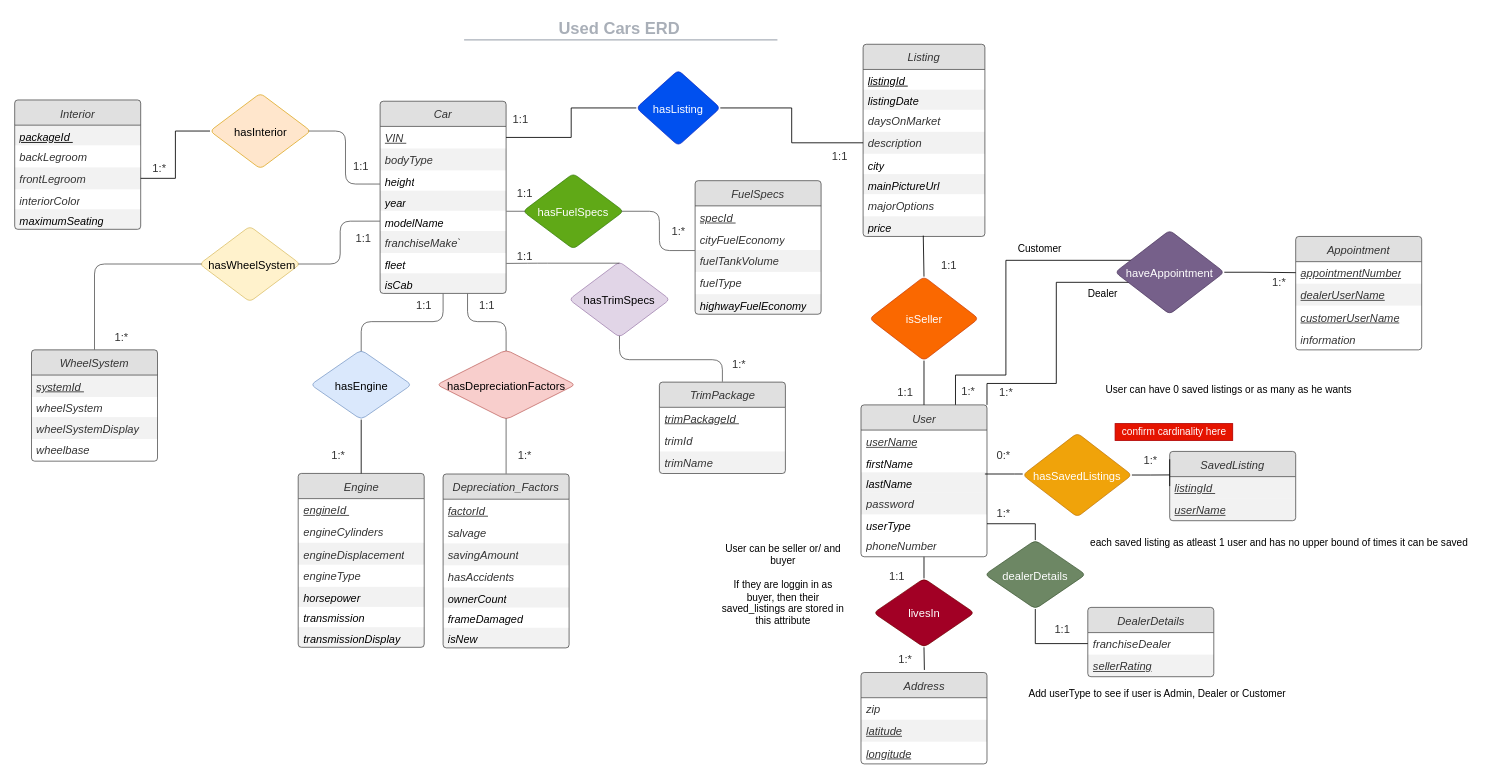
Earlier version of the draw.io diagram ERD/ERD1.drawio (abmfocus4/UsedCars-db). Source tidied: cells renumbered, new cells numbered last; positions are measured from the earlier drawing's top-left corner, leaving out a move shared by most shapes. Both pictures are drawn from the tidied source at 84%, with x=0, y=0 at pixel (14, 14).
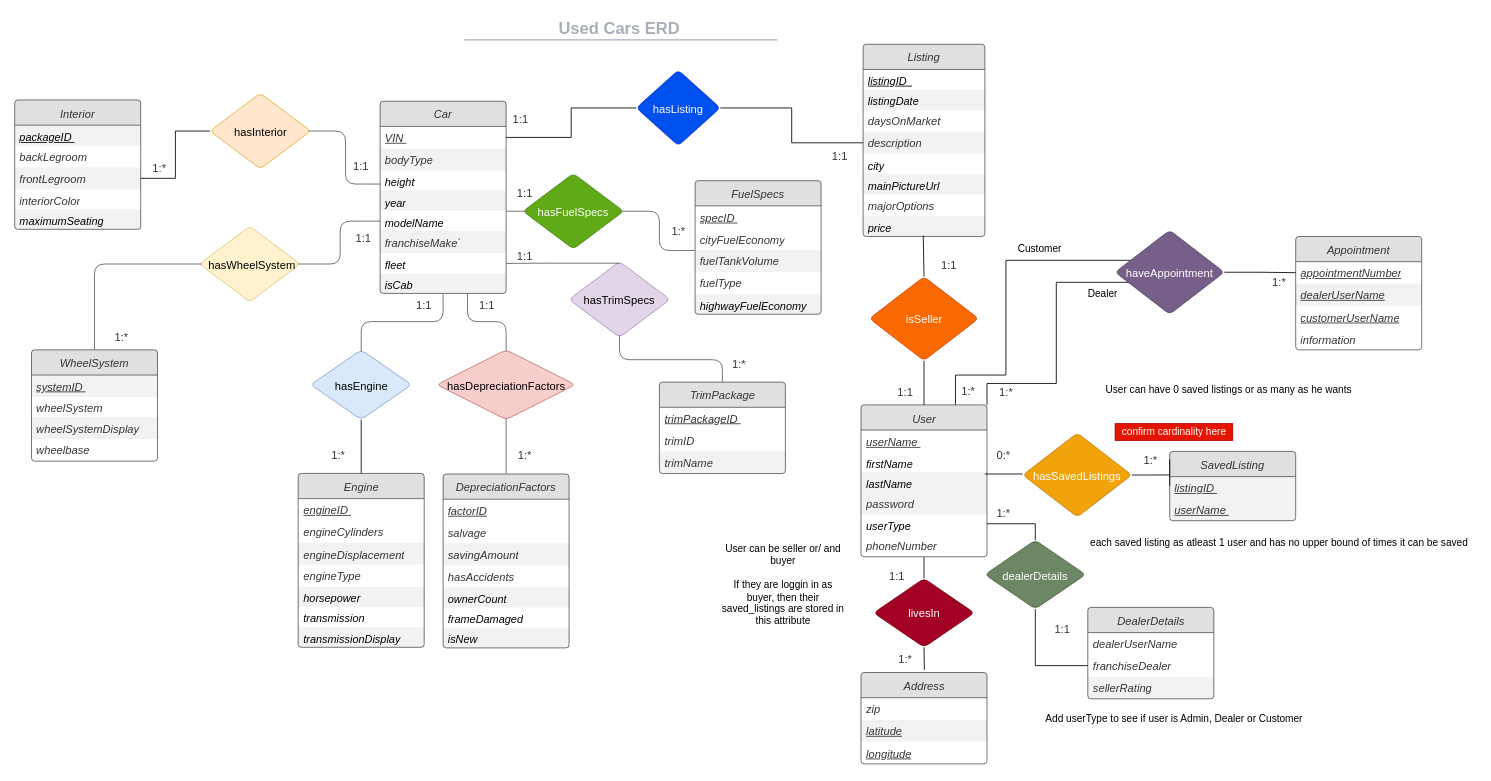
After the change.

The change refers to these unchanged cells:
```xml
<mxCell id="14" value="Car" style="html=1;overflow=block;blockSpacing=1;whiteSpace=wrap;swimlane;horizontal=1;fontStyle=0;swimlaneFillColor=#ffffff;startSize=30;whiteSpace=wrap;fontSize=13.3;fontColor=#333333;fontStyle=2;align=center;spacingLeft=8.4;spacingRight=8.4;spacingTop=2.4;whiteSpace=wrap;fontFamily=Helvetica;spacing=3.6;strokeColor=#333333;strokeOpacity=100;fillOpacity=100;rounded=1;absoluteArcSize=1;arcSize=7.5;fillColor=#ffffff;strokeWidth=0.8;fillColor=#e0e0e0;" parent="1" vertex="1">
  <mxGeometry x="435" y="103" width="150" height="228.8" as="geometry" />
</mxCell>
<mxCell id="23" value="Engine" style="html=1;overflow=block;blockSpacing=1;whiteSpace=wrap;swimlane;horizontal=1;fontStyle=0;swimlaneFillColor=#ffffff;startSize=30;whiteSpace=wrap;fontSize=13.3;fontColor=#333333;fontStyle=2;align=center;spacingLeft=8.4;spacingRight=8.4;spacingTop=2.4;whiteSpace=wrap;fontFamily=Helvetica;spacing=3.6;strokeColor=#333333;strokeOpacity=100;fillOpacity=100;rounded=1;absoluteArcSize=1;arcSize=7.5;fillColor=#ffffff;strokeWidth=0.8;fillColor=#e0e0e0;" parent="1" vertex="1">
  <mxGeometry x="337.5" y="546.1" width="150" height="207" as="geometry" />
</mxCell>
<mxCell id="31" value="WheelSystem" style="html=1;overflow=block;blockSpacing=1;whiteSpace=wrap;swimlane;horizontal=1;fontStyle=0;swimlaneFillColor=#ffffff;startSize=30;whiteSpace=wrap;fontSize=13.3;fontColor=#333333;fontStyle=2;align=center;spacingLeft=8.4;spacingRight=8.4;spacingTop=2.4;whiteSpace=wrap;fontFamily=Helvetica;spacing=3.6;strokeColor=#333333;strokeOpacity=100;fillOpacity=100;rounded=1;absoluteArcSize=1;arcSize=7.5;fillColor=#ffffff;strokeWidth=0.8;fillColor=#e0e0e0;" parent="1" vertex="1">
  <mxGeometry x="20" y="399" width="150" height="132.5" as="geometry" />
</mxCell>
<mxCell id="36" value="FuelSpecs" style="html=1;overflow=block;blockSpacing=1;whiteSpace=wrap;swimlane;horizontal=1;fontStyle=0;swimlaneFillColor=#ffffff;startSize=30;whiteSpace=wrap;fontSize=13.3;fontColor=#333333;fontStyle=2;align=center;spacingLeft=8.4;spacingRight=8.4;spacingTop=2.4;whiteSpace=wrap;fontFamily=Helvetica;spacing=3.6;strokeColor=#333333;strokeOpacity=100;fillOpacity=100;rounded=1;absoluteArcSize=1;arcSize=7.5;fillColor=#ffffff;strokeWidth=0.8;fillColor=#e0e0e0;" parent="1" vertex="1">
  <mxGeometry x="810" y="197.6" width="150" height="159" as="geometry" />
</mxCell>
<mxCell id="42" value="Interior" style="html=1;overflow=block;blockSpacing=1;whiteSpace=wrap;swimlane;horizontal=1;fontStyle=0;swimlaneFillColor=#ffffff;startSize=30;whiteSpace=wrap;fontSize=13.3;fontColor=#333333;fontStyle=2;align=center;spacingLeft=8.4;spacingRight=8.4;spacingTop=2.4;whiteSpace=wrap;fontFamily=Helvetica;spacing=3.6;strokeColor=#333333;strokeOpacity=100;fillOpacity=100;rounded=1;absoluteArcSize=1;arcSize=7.5;fillColor=#ffffff;strokeWidth=0.8;fillColor=#e0e0e0;" parent="1" vertex="1">
  <mxGeometry y="101.5" width="150" height="154" as="geometry" />
</mxCell>
<mxCell id="48" value="TrimPackage" style="html=1;overflow=block;blockSpacing=1;whiteSpace=wrap;swimlane;horizontal=1;fontStyle=0;swimlaneFillColor=#ffffff;startSize=30;whiteSpace=wrap;fontSize=13.3;fontColor=#333333;fontStyle=2;align=center;spacingLeft=8.4;spacingRight=8.4;spacingTop=2.4;whiteSpace=wrap;fontFamily=Helvetica;spacing=3.6;strokeColor=#333333;strokeOpacity=100;fillOpacity=100;rounded=1;absoluteArcSize=1;arcSize=7.5;fillColor=#ffffff;strokeWidth=0.8;fillColor=#e0e0e0;" parent="1" vertex="1">
  <mxGeometry x="767.5" y="437.4" width="150" height="108.8" as="geometry" />
</mxCell>
<mxCell id="52" value="Listing" style="html=1;overflow=block;blockSpacing=1;whiteSpace=wrap;swimlane;horizontal=1;fontStyle=0;swimlaneFillColor=#ffffff;startSize=30;whiteSpace=wrap;fontSize=13.3;fontColor=#333333;fontStyle=2;align=center;spacingLeft=8.4;spacingRight=8.4;spacingTop=2.4;whiteSpace=wrap;fontFamily=Helvetica;spacing=3.6;strokeColor=#333333;strokeOpacity=100;fillOpacity=100;rounded=1;absoluteArcSize=1;arcSize=7.5;fillColor=#ffffff;strokeWidth=0.8;fillColor=#e0e0e0;" parent="1" vertex="1">
  <mxGeometry x="1010" y="35.2" width="145" height="228.8" as="geometry" />
</mxCell>
<mxCell id="106" value="User" style="html=1;overflow=block;blockSpacing=1;whiteSpace=wrap;swimlane;horizontal=1;fontStyle=0;swimlaneFillColor=#ffffff;startSize=30;whiteSpace=wrap;fontSize=13.3;fontColor=#333333;fontStyle=2;align=center;spacingLeft=8.4;spacingRight=8.4;spacingTop=2.4;whiteSpace=wrap;fontFamily=Helvetica;spacing=3.6;strokeColor=#333333;strokeOpacity=100;fillOpacity=100;rounded=1;absoluteArcSize=1;arcSize=7.5;fillColor=#ffffff;strokeWidth=0.8;fillColor=#e0e0e0;" parent="1" vertex="1">
  <mxGeometry x="1007.5" y="464.5" width="150" height="180.8" as="geometry" />
</mxCell>
<mxCell id="119" value="SavedListing" style="html=1;overflow=block;blockSpacing=1;whiteSpace=wrap;swimlane;horizontal=1;fontStyle=0;swimlaneFillColor=#ffffff;startSize=30;whiteSpace=wrap;fontSize=13.3;fontColor=#333333;fontStyle=2;align=center;spacingLeft=8.4;spacingRight=8.4;spacingTop=2.4;whiteSpace=wrap;fontFamily=Helvetica;spacing=3.6;strokeColor=#333333;strokeOpacity=100;fillOpacity=100;rounded=1;absoluteArcSize=1;arcSize=7.5;fillColor=#ffffff;strokeWidth=0.8;fillColor=#e0e0e0;" parent="1" vertex="1">
  <mxGeometry x="1375" y="519.9" width="150" height="82.5" as="geometry" />
</mxCell>
```

Change to the diagram source:
```diff
@@
-    <mxCell id="2" value="Depreciation_Factors" style="html=1;overflow=block;blockSpacing=1;whiteSpace=wrap;swimlane;horizontal=1;fontStyle=0;swimlaneFillColor=#ffffff;startSize=30;whiteSpace=wrap;fontSize=13.3;fontColor=#333333;fontStyle=2;align=center;spacingLeft=8.4;spacingRight=8.4;spacingTop=2.4;whiteSpace=wrap;fontFamily=Helvetica;spacing=3.6;strokeColor=#333333;strokeOpacity=100;fillOpacity=100;rounded=1;absoluteArcSize=1;arcSize=7.5;fillColor=#ffffff;strokeWidth=0.8;fillColor=#e0e0e0;" parent="1" vertex="1">
+    <mxCell id="2" value="DepreciationFactors" style="html=1;overflow=block;blockSpacing=1;whiteSpace=wrap;swimlane;horizontal=1;fontStyle=0;swimlaneFillColor=#ffffff;startSize=30;whiteSpace=wrap;fontSize=13.3;fontColor=#333333;fontStyle=2;align=center;spacingLeft=8.4;spacingRight=8.4;spacingTop=2.4;whiteSpace=wrap;fontFamily=Helvetica;spacing=3.6;strokeColor=#333333;strokeOpacity=100;fillOpacity=100;rounded=1;absoluteArcSize=1;arcSize=7.5;fillColor=#ffffff;strokeWidth=0.8;fillColor=#e0e0e0;" parent="1" vertex="1">
       <mxGeometry x="510" y="546.8" width="150" height="207" as="geometry" />
     </mxCell>
-    <mxCell id="3" value="&lt;u&gt;factorId&amp;nbsp;&lt;/u&gt;" style="strokeColor=none;align=left;verticalAlign=top;spacingLeft=4;spacingRight=4;overflow=hidden;html=1;whiteSpace=wrap;swimlaneFillColor=#ffffff;fontSize=13.3;fontColor=#333333;fontStyle=2;fillColor=none;strokeOpacity=100;fillOpacity=100;" parent="2" vertex="1">
+    <mxCell id="3" value="&lt;u&gt;factorID&lt;/u&gt;" style="strokeColor=none;align=left;verticalAlign=top;spacingLeft=4;spacingRight=4;overflow=hidden;html=1;whiteSpace=wrap;swimlaneFillColor=#ffffff;fontSize=13.3;fontColor=#333333;fontStyle=2;fillColor=none;strokeOpacity=100;fillOpacity=100;" parent="2" vertex="1">
       <mxGeometry y="30" width="150" height="26.2" as="geometry" />
     </mxCell>
@@
-    <mxCell id="17" value="height" style="strokeColor=none;align=left;verticalAlign=top;spacingLeft=4;spacingRight=4;overflow=hidden;html=1;whiteSpace=wrap;swimlaneFillColor=#ffffff;fontSize=13;fontStyle=2;fillColor=none;strokeOpacity=100;fillOpacity=100;" parent="14" vertex="1">
+    <mxCell id="17" value="height&amp;nbsp;" style="strokeColor=none;align=left;verticalAlign=top;spacingLeft=4;spacingRight=4;overflow=hidden;html=1;whiteSpace=wrap;swimlaneFillColor=#ffffff;fontSize=13;fontStyle=2;fillColor=none;strokeOpacity=100;fillOpacity=100;" parent="14" vertex="1">
       <mxGeometry y="82.5" width="150" height="24" as="geometry" />
     </mxCell>
@@
-    <mxCell id="24" value="&lt;u&gt;engineId&amp;nbsp;&lt;/u&gt;" style="strokeColor=none;align=left;verticalAlign=top;spacingLeft=4;spacingRight=4;overflow=hidden;html=1;whiteSpace=wrap;swimlaneFillColor=#ffffff;fontSize=13.3;fontColor=#333333;fontStyle=2;fillColor=none;strokeOpacity=100;fillOpacity=100;" parent="23" vertex="1">
+    <mxCell id="24" value="&lt;u&gt;engineID&amp;nbsp;&lt;/u&gt;" style="strokeColor=none;align=left;verticalAlign=top;spacingLeft=4;spacingRight=4;overflow=hidden;html=1;whiteSpace=wrap;swimlaneFillColor=#ffffff;fontSize=13.3;fontColor=#333333;fontStyle=2;fillColor=none;strokeOpacity=100;fillOpacity=100;" parent="23" vertex="1">
       <mxGeometry y="30" width="150" height="26.2" as="geometry" />
     </mxCell>
@@
-    <mxCell id="32" value="&lt;u&gt;systemId&amp;nbsp;&lt;/u&gt;" style="strokeColor=none;align=left;verticalAlign=top;spacingLeft=4;spacingRight=4;overflow=hidden;html=1;whiteSpace=wrap;swimlaneFillColor=#ffffff;fontSize=13.3;fontColor=#333333;fontStyle=2;fillColor=#000000;opacity=5;" parent="31" vertex="1">
+    <mxCell id="32" value="&lt;u&gt;systemID&amp;nbsp;&lt;/u&gt;" style="strokeColor=none;align=left;verticalAlign=top;spacingLeft=4;spacingRight=4;overflow=hidden;html=1;whiteSpace=wrap;swimlaneFillColor=#ffffff;fontSize=13.3;fontColor=#333333;fontStyle=2;fillColor=#000000;opacity=5;" parent="31" vertex="1">
       <mxGeometry y="30" width="150" height="26.2" as="geometry" />
     </mxCell>
@@
-    <mxCell id="37" value="&lt;u&gt;specId&amp;nbsp;&lt;/u&gt;" style="strokeColor=none;align=left;verticalAlign=top;spacingLeft=4;spacingRight=4;overflow=hidden;html=1;whiteSpace=wrap;swimlaneFillColor=#ffffff;fontSize=13.3;fontColor=#333333;fontStyle=2;fillColor=none;strokeOpacity=100;fillOpacity=100;" parent="36" vertex="1">
+    <mxCell id="37" value="&lt;u&gt;specID&amp;nbsp;&lt;/u&gt;" style="strokeColor=none;align=left;verticalAlign=top;spacingLeft=4;spacingRight=4;overflow=hidden;html=1;whiteSpace=wrap;swimlaneFillColor=#ffffff;fontSize=13.3;fontColor=#333333;fontStyle=2;fillColor=none;strokeOpacity=100;fillOpacity=100;" parent="36" vertex="1">
       <mxGeometry y="30" width="150" height="26.2" as="geometry" />
     </mxCell>
@@
-    <mxCell id="40" value="fuelType" style="strokeColor=none;align=left;verticalAlign=top;spacingLeft=4;spacingRight=4;overflow=hidden;html=1;whiteSpace=wrap;swimlaneFillColor=#ffffff;fontSize=13.3;fontColor=#333333;fontStyle=2;fillColor=none;strokeOpacity=100;fillOpacity=100;" parent="36" vertex="1">
+    <mxCell id="40" value="fuelType&amp;nbsp;" style="strokeColor=none;align=left;verticalAlign=top;spacingLeft=4;spacingRight=4;overflow=hidden;html=1;whiteSpace=wrap;swimlaneFillColor=#ffffff;fontSize=13.3;fontColor=#333333;fontStyle=2;fillColor=none;strokeOpacity=100;fillOpacity=100;" parent="36" vertex="1">
       <mxGeometry y="108.8" width="150" height="26.2" as="geometry" />
     </mxCell>
-    <mxCell id="41" value="highwayFuelEconomy" style="strokeColor=none;align=left;verticalAlign=top;spacingLeft=4;spacingRight=4;overflow=hidden;html=1;whiteSpace=wrap;swimlaneFillColor=#ffffff;fontSize=13;fontStyle=2;fillColor=#000000;opacity=5;" parent="36" vertex="1">
+    <mxCell id="41" value="highwayFuelEconomy&amp;nbsp;" style="strokeColor=none;align=left;verticalAlign=top;spacingLeft=4;spacingRight=4;overflow=hidden;html=1;whiteSpace=wrap;swimlaneFillColor=#ffffff;fontSize=13;fontStyle=2;fillColor=#000000;opacity=5;" parent="36" vertex="1">
       <mxGeometry y="135" width="150" height="24" as="geometry" />
     </mxCell>
@@
-    <mxCell id="43" value="&lt;u&gt;packageId&amp;nbsp;&lt;/u&gt;" style="strokeColor=none;align=left;verticalAlign=top;spacingLeft=4;spacingRight=4;overflow=hidden;html=1;whiteSpace=wrap;swimlaneFillColor=#ffffff;fontSize=13;fontStyle=2;fillColor=#000000;opacity=5;" parent="42" vertex="1">
+    <mxCell id="43" value="&lt;u&gt;packageID&amp;nbsp;&lt;/u&gt;" style="strokeColor=none;align=left;verticalAlign=top;spacingLeft=4;spacingRight=4;overflow=hidden;html=1;whiteSpace=wrap;swimlaneFillColor=#ffffff;fontSize=13;fontStyle=2;fillColor=#000000;opacity=5;" parent="42" vertex="1">
       <mxGeometry y="30" width="150" height="24" as="geometry" />
     </mxCell>
@@
-    <mxCell id="49" value="&lt;u&gt;trimPackageId&amp;nbsp;&lt;/u&gt;" style="strokeColor=none;align=left;verticalAlign=top;spacingLeft=4;spacingRight=4;overflow=hidden;html=1;whiteSpace=wrap;swimlaneFillColor=#ffffff;fontSize=13.3;fontColor=#333333;fontStyle=2;fillColor=none;strokeOpacity=100;fillOpacity=100;" parent="48" vertex="1">
+    <mxCell id="49" value="&lt;u&gt;trimPackageID&amp;nbsp;&lt;/u&gt;" style="strokeColor=none;align=left;verticalAlign=top;spacingLeft=4;spacingRight=4;overflow=hidden;html=1;whiteSpace=wrap;swimlaneFillColor=#ffffff;fontSize=13.3;fontColor=#333333;fontStyle=2;fillColor=none;strokeOpacity=100;fillOpacity=100;" parent="48" vertex="1">
       <mxGeometry y="30" width="150" height="26.2" as="geometry" />
     </mxCell>
-    <mxCell id="50" value="trimId&amp;nbsp;" style="strokeColor=none;align=left;verticalAlign=top;spacingLeft=4;spacingRight=4;overflow=hidden;html=1;whiteSpace=wrap;swimlaneFillColor=#ffffff;fontSize=13.3;fontColor=#333333;fontStyle=2;fillColor=none;strokeOpacity=100;fillOpacity=100;" parent="48" vertex="1">
+    <mxCell id="50" value="trimID&amp;nbsp;" style="strokeColor=none;align=left;verticalAlign=top;spacingLeft=4;spacingRight=4;overflow=hidden;html=1;whiteSpace=wrap;swimlaneFillColor=#ffffff;fontSize=13.3;fontColor=#333333;fontStyle=2;fillColor=none;strokeOpacity=100;fillOpacity=100;" parent="48" vertex="1">
       <mxGeometry y="56.2" width="150" height="26.2" as="geometry" />
     </mxCell>
@@
-    <mxCell id="53" value="&lt;u&gt;listingId&amp;nbsp;&lt;/u&gt;" style="strokeColor=none;align=left;verticalAlign=top;spacingLeft=4;spacingRight=4;overflow=hidden;html=1;whiteSpace=wrap;swimlaneFillColor=#ffffff;fontSize=13;fontStyle=2;fillColor=none;strokeOpacity=100;fillOpacity=100;" parent="52" vertex="1">
+    <mxCell id="53" value="&lt;u&gt;listingID&amp;nbsp;&amp;nbsp;&lt;/u&gt;" style="strokeColor=none;align=left;verticalAlign=top;spacingLeft=4;spacingRight=4;overflow=hidden;html=1;whiteSpace=wrap;swimlaneFillColor=#ffffff;fontSize=13;fontStyle=2;fillColor=none;strokeOpacity=100;fillOpacity=100;" parent="52" vertex="1">
       <mxGeometry y="30" width="145" height="24" as="geometry" />
     </mxCell>
@@
-    <mxCell id="107" value="&lt;u&gt;userName&lt;/u&gt;" style="strokeColor=none;align=left;verticalAlign=top;spacingLeft=4;spacingRight=4;overflow=hidden;html=1;whiteSpace=wrap;swimlaneFillColor=#ffffff;fontSize=13.3;fontColor=#333333;fontStyle=2;fillColor=none;strokeOpacity=100;fillOpacity=100;" parent="106" vertex="1">
+    <mxCell id="107" value="&lt;u&gt;userName&amp;nbsp;&lt;/u&gt;" style="strokeColor=none;align=left;verticalAlign=top;spacingLeft=4;spacingRight=4;overflow=hidden;html=1;whiteSpace=wrap;swimlaneFillColor=#ffffff;fontSize=13.3;fontColor=#333333;fontStyle=2;fillColor=none;strokeOpacity=100;fillOpacity=100;" parent="106" vertex="1">
       <mxGeometry y="30" width="150" height="26.2" as="geometry" />
     </mxCell>
@@
-    <mxCell id="111" value="userType" style="strokeColor=none;align=left;verticalAlign=top;spacingLeft=4;spacingRight=4;overflow=hidden;points=[[0,0.5],[1,0.5]];portConstraint=eastwest;html=1;whiteSpace=wrap;swimlaneFillColor=#ffffff;fontSize=13;fontStyle=2;fillColor=none;strokeOpacity=100;fillOpacity=100;" parent="106" vertex="1">
+    <mxCell id="111" value="userType&amp;nbsp;" style="strokeColor=none;align=left;verticalAlign=top;spacingLeft=4;spacingRight=4;overflow=hidden;points=[[0,0.5],[1,0.5]];portConstraint=eastwest;html=1;whiteSpace=wrap;swimlaneFillColor=#ffffff;fontSize=13;fontStyle=2;fillColor=none;strokeOpacity=100;fillOpacity=100;" parent="106" vertex="1">
       <mxGeometry y="130.5" width="150" height="24" as="geometry" />
     </mxCell>
-    <mxCell id="112" value="phoneNumber" style="strokeColor=none;align=left;verticalAlign=top;spacingLeft=4;spacingRight=4;overflow=hidden;html=1;whiteSpace=wrap;swimlaneFillColor=#ffffff;fontSize=13.3;fontColor=#333333;fontStyle=2;fillColor=none;strokeOpacity=100;fillOpacity=100;" parent="106" vertex="1">
+    <mxCell id="112" value="phoneNumber&amp;nbsp;" style="strokeColor=none;align=left;verticalAlign=top;spacingLeft=4;spacingRight=4;overflow=hidden;html=1;whiteSpace=wrap;swimlaneFillColor=#ffffff;fontSize=13.3;fontColor=#333333;fontStyle=2;fillColor=none;strokeOpacity=100;fillOpacity=100;" parent="106" vertex="1">
       <mxGeometry y="154.5" width="150" height="26.2" as="geometry" />
     </mxCell>
@@
-    <mxCell id="120" value="&lt;u&gt;listingId&amp;nbsp;&lt;/u&gt;" style="strokeColor=none;align=left;verticalAlign=top;spacingLeft=4;spacingRight=4;overflow=hidden;html=1;whiteSpace=wrap;swimlaneFillColor=#ffffff;fontSize=13.3;fontColor=#333333;fontStyle=2;fillColor=#000000;opacity=5;" parent="119" vertex="1">
+    <mxCell id="120" value="&lt;u&gt;listingID&amp;nbsp;&lt;/u&gt;" style="strokeColor=none;align=left;verticalAlign=top;spacingLeft=4;spacingRight=4;overflow=hidden;html=1;whiteSpace=wrap;swimlaneFillColor=#ffffff;fontSize=13.3;fontColor=#333333;fontStyle=2;fillColor=#000000;opacity=5;" parent="119" vertex="1">
       <mxGeometry y="30" width="150" height="26.2" as="geometry" />
     </mxCell>
-    <mxCell id="121" value="&lt;u&gt;userName&lt;/u&gt;" style="strokeColor=none;align=left;verticalAlign=top;spacingLeft=4;spacingRight=4;overflow=hidden;html=1;whiteSpace=wrap;swimlaneFillColor=#ffffff;fontSize=13.3;fontColor=#333333;fontStyle=2;fillColor=#000000;opacity=5;" parent="119" vertex="1">
+    <mxCell id="121" value="&lt;u&gt;userName&amp;nbsp;&lt;/u&gt;" style="strokeColor=none;align=left;verticalAlign=top;spacingLeft=4;spacingRight=4;overflow=hidden;html=1;whiteSpace=wrap;swimlaneFillColor=#ffffff;fontSize=13.3;fontColor=#333333;fontStyle=2;fillColor=#000000;opacity=5;" parent="119" vertex="1">
       <mxGeometry y="56.2" width="150" height="26.2" as="geometry" />
     </mxCell>
@@
     <mxCell id="132" value="Add userType to see if user is Admin, Dealer or Customer" style="text;html=1;align=center;verticalAlign=middle;rotation=0;" parent="1" vertex="1">
-      <mxGeometry x="1200" y="799" width="320" height="20" as="geometry" />
+      <mxGeometry x="1220" y="827.5" width="320" height="20" as="geometry" />
     </mxCell>
     <mxCell id="133" value="DealerDetails" style="html=1;overflow=block;blockSpacing=1;whiteSpace=wrap;swimlane;horizontal=1;fontStyle=0;swimlaneFillColor=#ffffff;startSize=30;whiteSpace=wrap;fontSize=13.3;fontColor=#333333;fontStyle=2;align=center;spacingLeft=8.4;spacingRight=8.4;spacingTop=2.4;whiteSpace=wrap;fontFamily=Helvetica;spacing=3.6;strokeColor=#333333;strokeOpacity=100;fillOpacity=100;rounded=1;absoluteArcSize=1;arcSize=7.5;fillColor=#ffffff;strokeWidth=0.8;fillColor=#e0e0e0;" parent="1" vertex="1">
-      <mxGeometry x="1277.5" y="705.6" width="150" height="82.5" as="geometry" />
+      <mxGeometry x="1277.5" y="705.6" width="150" height="108.8" as="geometry" />
     </mxCell>
+    <mxCell id="154" value="dealerUserName" style="strokeColor=none;align=left;verticalAlign=top;spacingLeft=4;spacingRight=4;overflow=hidden;html=1;whiteSpace=wrap;swimlaneFillColor=#ffffff;fontSize=13.3;fontColor=#333333;fontStyle=2;fillColor=none;strokeOpacity=100;fillOpacity=100;" parent="133" vertex="1">
+      <mxGeometry y="30" width="150" height="26.2" as="geometry" />
+    </mxCell>
-    <mxCell id="134" value="franchiseDealer" style="strokeColor=none;align=left;verticalAlign=top;spacingLeft=4;spacingRight=4;overflow=hidden;points=[[0,0.5],[1,0.5]];portConstraint=eastwest;html=1;whiteSpace=wrap;swimlaneFillColor=#ffffff;fontSize=13.3;fontColor=#333333;fontStyle=2;fillColor=none;strokeOpacity=100;fillOpacity=100;" parent="133" vertex="1">
-      <mxGeometry y="30" width="150" height="26.2" as="geometry" />
+    <mxCell id="134" value="franchiseDealer&amp;nbsp;" style="strokeColor=none;align=left;verticalAlign=top;spacingLeft=4;spacingRight=4;overflow=hidden;points=[[0,0.5],[1,0.5]];portConstraint=eastwest;html=1;whiteSpace=wrap;swimlaneFillColor=#ffffff;fontSize=13.3;fontColor=#333333;fontStyle=2;fillColor=none;strokeOpacity=100;fillOpacity=100;" parent="133" vertex="1">
+      <mxGeometry y="56.2" width="150" height="26.2" as="geometry" />
     </mxCell>
-    <mxCell id="135" value="&lt;u&gt;sellerRating&lt;/u&gt;" style="strokeColor=none;align=left;verticalAlign=top;spacingLeft=4;spacingRight=4;overflow=hidden;html=1;whiteSpace=wrap;swimlaneFillColor=#ffffff;fontSize=13.3;fontColor=#333333;fontStyle=2;fillColor=#000000;opacity=5;" parent="133" vertex="1">
-      <mxGeometry y="56.2" width="150" height="26.2" as="geometry" />
+    <mxCell id="135" value="sellerRating" style="strokeColor=none;align=left;verticalAlign=top;spacingLeft=4;spacingRight=4;overflow=hidden;html=1;whiteSpace=wrap;swimlaneFillColor=#ffffff;fontSize=13.3;fontColor=#333333;fontStyle=2;fillColor=#000000;opacity=5;" parent="133" vertex="1">
+      <mxGeometry y="82.5" width="150" height="26.2" as="geometry" />
     </mxCell>
```
